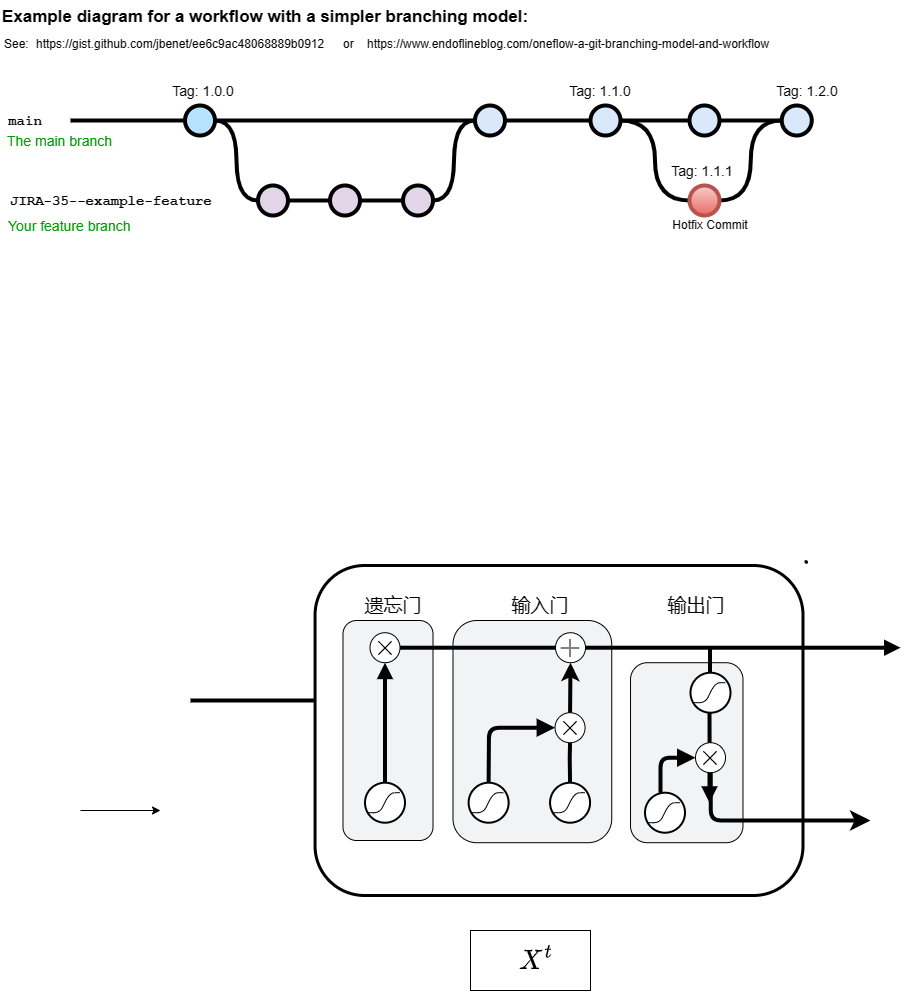
This is js/test.drawio.png from Xiaozhi-sudo/Xiaozhi-sudo.github.io, a draw.io export, as it was before one commit. Source tidied: cells renumbered, new cells last; positions are measured from the earlier drawing's top-left corner, leaving out a move shared by most shapes.
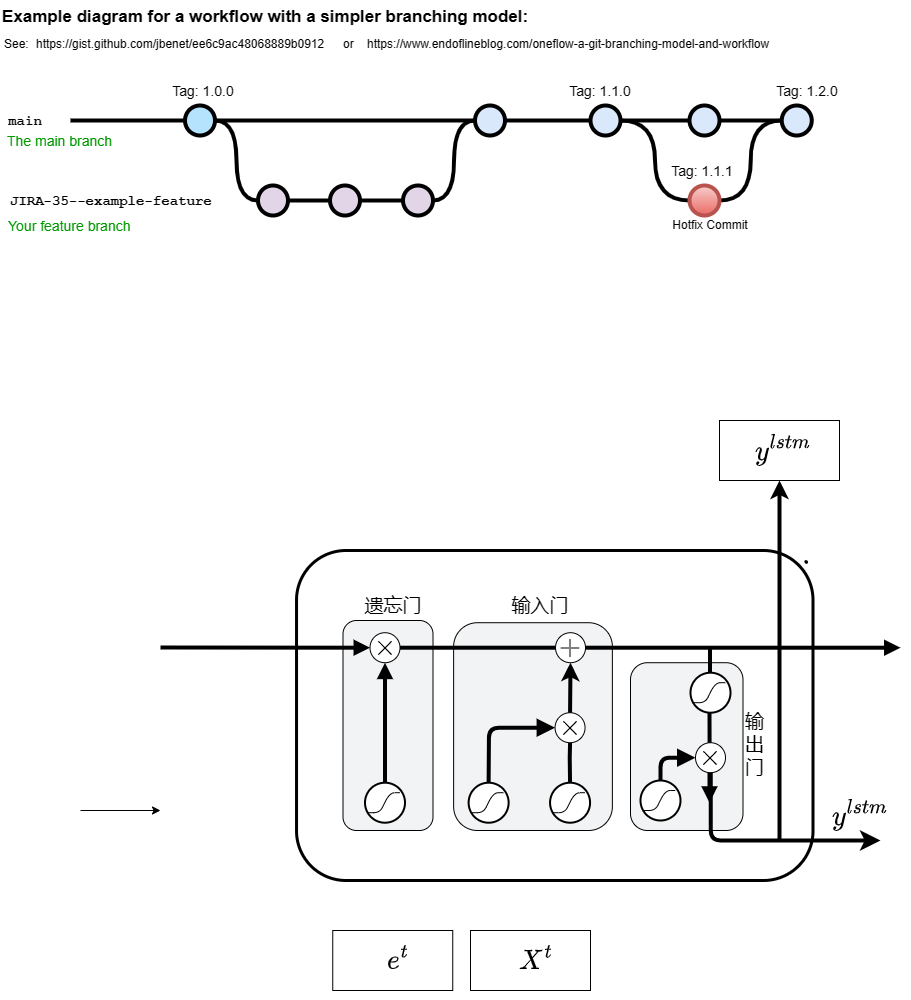
Above is the later version.

Change to the diagram source:
```diff
@@ -112,12 +112,6 @@
         <mxPoint x="160" y="810" as="targetPoint" />
       </mxGeometry>
     </mxCell>
-    <mxCell id="37" style="endArrow=block;html=1;rounded=0;strokeWidth=4;endFill=1;" parent="1" edge="1">
-      <mxGeometry relative="1" as="geometry">
-        <mxPoint x="190" y="700" as="sourcePoint" />
-        <mxPoint x="330" y="700" as="targetPoint" />
-      </mxGeometry>
-    </mxCell>
     <mxCell id="38" style="group;" parent="1" vertex="1">
       <mxGeometry x="470" y="930" width="120" height="60" as="geometry" />
     </mxCell>
@@ -131,13 +125,13 @@
       <mxGeometry x="362.5" y="560" width="537.5" height="335" as="geometry" />
     </mxCell>
     <mxCell id="42" style="rounded=1;whiteSpace=wrap;html=1;strokeWidth=3;" parent="41" vertex="1">
-      <mxGeometry x="-47.9" y="5" width="487.9" height="330" as="geometry" />
+      <mxGeometry x="-66.5" y="-10" width="516.5" height="330" as="geometry" />
     </mxCell>
     <mxCell id="43" style="rounded=1;whiteSpace=wrap;html=1;fillColor=#f1f3f4;" parent="41" vertex="1">
-      <mxGeometry x="-20" y="60" width="90" height="220" as="geometry" />
+      <mxGeometry x="-20" y="60" width="90" height="210" as="geometry" />
     </mxCell>
     <mxCell id="44" style="rounded=1;whiteSpace=wrap;html=1;fillColor=#f1f3f4;" parent="41" vertex="1">
-      <mxGeometry x="90" y="60" width="158.8" height="222.2" as="geometry" />
+      <mxGeometry x="90.6" y="62.2" width="158.8" height="207.8" as="geometry" />
     </mxCell>
     <mxCell id="45" value="&lt;p&gt;&lt;font face=&quot;Lucida Console&quot; style=&quot;font-size: 19px;&quot;&gt;遗忘门&lt;/font&gt;&lt;/p&gt;" style="text;html=1;strokeColor=none;fillColor=none;align=center;verticalAlign=middle;whiteSpace=wrap;rounded=0;" parent="41" vertex="1">
       <mxGeometry y="32.2" width="60" height="30" as="geometry" />
@@ -145,11 +139,14 @@
     <mxCell id="46" value="&lt;p&gt;&lt;font face=&quot;Lucida Console&quot;&gt;&lt;span style=&quot;font-size: 19px;&quot;&gt;输入门&lt;/span&gt;&lt;/font&gt;&lt;/p&gt;" style="text;html=1;strokeColor=none;fillColor=none;align=center;verticalAlign=middle;whiteSpace=wrap;rounded=0;" parent="41" vertex="1">
       <mxGeometry x="147.5" y="32.2" width="60" height="30" as="geometry" />
     </mxCell>
+    <mxCell id="88" style="edgeStyle=orthogonalEdgeStyle;rounded=0;jettySize=auto;html=1;" parent="41" edge="1" source="47" target="80">
+      <mxGeometry relative="1" as="geometry" />
+    </mxCell>
     <mxCell id="47" value="&lt;p&gt;&lt;font face=&quot;Lucida Console&quot; style=&quot;font-size: 19px;&quot;&gt;输出门&lt;/font&gt;&lt;/p&gt;" style="text;html=1;strokeColor=none;fillColor=none;align=center;verticalAlign=middle;whiteSpace=wrap;rounded=0;" parent="41" vertex="1">
-      <mxGeometry x="303.4" y="32.2" width="60" height="30" as="geometry" />
+      <mxGeometry x="380" y="171.1" width="25.5" height="30" as="geometry" />
     </mxCell>
     <mxCell id="48" style="rounded=1;whiteSpace=wrap;html=1;fillColor=#f1f3f4;" parent="41" vertex="1">
-      <mxGeometry x="267.5" y="102.2" width="112.5" height="180" as="geometry" />
+      <mxGeometry x="267.5" y="102.2" width="112.5" height="167.8" as="geometry" />
     </mxCell>
     <mxCell id="49" style="group;" parent="41" vertex="1">
       <mxGeometry x="2" y="222.2" width="40" height="40" as="geometry" />
@@ -193,22 +190,6 @@
         </Array>
       </mxGeometry>
     </mxCell>
-    <mxCell id="57" style="group;" parent="41" vertex="1">
-      <mxGeometry x="282" y="232.2" width="40" height="40" as="geometry" />
-    </mxCell>
-    <mxCell id="58" style="ellipse;whiteSpace=wrap;html=1;direction=south;strokeWidth=2;" parent="57" vertex="1">
-      <mxGeometry width="40" height="40" as="geometry" />
-    </mxCell>
-    <mxCell id="59" style="endArrow=none;html=1;rounded=1;jumpSize=1;" parent="57" edge="1">
-      <mxGeometry relative="1" as="geometry">
-        <mxPoint x="34.8" y="10" as="sourcePoint" />
-        <mxPoint x="2.2" y="30" as="targetPoint" />
-        <Array as="points">
-          <mxPoint x="24.8" y="10" />
-          <mxPoint x="14.8" y="30" />
-        </Array>
-      </mxGeometry>
-    </mxCell>
     <mxCell id="60" style="edgeStyle=elbowEdgeStyle;elbow=horizontal;endArrow=block;html=1;rounded=1;endSize=8;startSize=8;strokeWidth=4;endFill=1;entryX=0;entryY=0.5;entryDx=0;entryDy=0;exitX=0;exitY=0.5;exitDx=0;exitDy=0;" parent="41" edge="1" source="86" target="69">
       <mxGeometry relative="1" as="geometry">
         <Array as="points">
@@ -226,13 +207,13 @@
       <mxGeometry y="1.9" width="40" height="26.2" as="geometry" />
     </mxCell>
     <mxCell id="64" style="group;" parent="41" vertex="1">
-      <mxGeometry x="2" y="72.2" width="40" height="30" as="geometry" />
+      <mxGeometry x="2" y="72.2" width="43" height="30" as="geometry" />
     </mxCell>
     <mxCell id="65" style="ellipse;whiteSpace=wrap;html=1;" parent="64" vertex="1">
       <mxGeometry x="5" width="30" height="30" as="geometry" />
     </mxCell>
     <mxCell id="66" value="&lt;font style=&quot;font-size: 24px;&quot;&gt;$$\times$$&lt;/font&gt;" style="text;html=1;strokeColor=none;fillColor=none;align=center;verticalAlign=middle;whiteSpace=wrap;rounded=0;" parent="64" vertex="1">
-      <mxGeometry y="3.8" width="40" height="22.5" as="geometry" />
+      <mxGeometry y="3.7" width="40" height="22.5" as="geometry" />
     </mxCell>
     <mxCell id="67" style="endArrow=none;html=1;rounded=0;strokeWidth=4;exitX=1;exitY=0.5;exitDx=0;exitDy=0;" parent="41" edge="1" source="65" target="62">
       <mxGeometry relative="1" as="geometry" />
@@ -263,9 +244,8 @@
         <mxPoint x="537.5" y="87.2" as="targetPoint" />
       </mxGeometry>
     </mxCell>
-    <mxCell id="76" style="edgeStyle=elbowEdgeStyle;elbow=horizontal;endArrow=block;html=1;rounded=1;endSize=8;startSize=8;strokeWidth=4;endFill=1;entryX=0;entryY=0.5;entryDx=0;entryDy=0;" parent="41" edge="1" target="73">
+    <mxCell id="76" style="edgeStyle=elbowEdgeStyle;elbow=horizontal;endArrow=block;html=1;rounded=1;endSize=8;startSize=8;strokeWidth=4;endFill=1;entryX=0;entryY=0.5;entryDx=0;entryDy=0;exitX=0;exitY=0.5;exitDx=0;exitDy=0;" parent="41" edge="1" source="58" target="73">
       <mxGeometry relative="1" as="geometry">
-        <mxPoint x="297.5" y="232.2" as="sourcePoint" />
         <Array as="points">
           <mxPoint x="297.5" y="202.2" />
         </Array>
@@ -280,10 +260,10 @@
     <mxCell id="78" style="edgeStyle=segmentEdgeStyle;endArrow=classic;html=1;rounded=1;endSize=8;startSize=8;strokeWidth=4;" parent="41" edge="1">
       <mxGeometry relative="1" as="geometry">
         <mxPoint x="347.8" y="212.2" as="sourcePoint" />
-        <mxPoint x="507.5" y="260" as="targetPoint" />
+        <mxPoint x="517.5" y="280" as="targetPoint" />
         <Array as="points">
-          <mxPoint x="347.8" y="212.2" />
-          <mxPoint x="347.8" y="262.2" />
+          <mxPoint x="348" y="280" />
+          <mxPoint x="508" y="280" />
         </Array>
       </mxGeometry>
     </mxCell>
@@ -331,5 +311,52 @@
         </Array>
       </mxGeometry>
     </mxCell>
+    <mxCell id="57" style="group;" parent="41" vertex="1">
+      <mxGeometry x="277.5" y="220" width="40" height="40" as="geometry" />
+    </mxCell>
+    <mxCell id="58" style="ellipse;whiteSpace=wrap;html=1;direction=south;strokeWidth=2;" parent="57" vertex="1">
+      <mxGeometry width="40" height="40" as="geometry" />
+    </mxCell>
+    <mxCell id="59" style="endArrow=none;html=1;rounded=1;jumpSize=1;" parent="57" edge="1">
+      <mxGeometry relative="1" as="geometry">
+        <mxPoint x="34.8" y="10" as="sourcePoint" />
+        <mxPoint x="2.2" y="30" as="targetPoint" />
+        <Array as="points">
+          <mxPoint x="24.8" y="10" />
+          <mxPoint x="14.8" y="30" />
+        </Array>
+      </mxGeometry>
+    </mxCell>
+    <mxCell id="89" value="$$y^{lstm}$$" style="text;html=1;strokeColor=none;fillColor=none;align=center;verticalAlign=middle;whiteSpace=wrap;rounded=0;fontSize=24;" parent="41" vertex="1">
+      <mxGeometry x="467.5" y="240" width="60" height="30" as="geometry" />
+    </mxCell>
+    <mxCell id="90" style="group;" parent="1" vertex="1">
+      <mxGeometry x="332.2" y="930" width="120" height="60" as="geometry" />
+    </mxCell>
+    <mxCell id="91" style="rounded=0;whiteSpace=wrap;html=1;" parent="90" vertex="1">
+      <mxGeometry width="120" height="60" as="geometry" />
+    </mxCell>
+    <mxCell id="92" value="$$e^t$$" style="text;html=1;strokeColor=none;fillColor=none;align=center;verticalAlign=middle;whiteSpace=wrap;rounded=0;fontSize=24;" parent="90" vertex="1">
+      <mxGeometry x="35.5" y="15" width="60" height="30" as="geometry" />
+    </mxCell>
+    <mxCell id="37" style="endArrow=block;html=1;rounded=0;strokeWidth=4;endFill=1;entryX=0;entryY=0.5;entryDx=0;entryDy=0;" parent="1" edge="1" target="65">
+      <mxGeometry relative="1" as="geometry">
+        <mxPoint x="160" y="647" as="sourcePoint" />
+      </mxGeometry>
+    </mxCell>
+    <mxCell id="93" style="group;" parent="1" vertex="1">
+      <mxGeometry x="719" y="420" width="120" height="60" as="geometry" />
+    </mxCell>
+    <mxCell id="94" style="rounded=0;whiteSpace=wrap;html=1;" parent="93" vertex="1">
+      <mxGeometry width="120" height="60" as="geometry" />
+    </mxCell>
+    <mxCell id="95" value="$$y^{lstm}$$" style="text;html=1;strokeColor=none;fillColor=none;align=center;verticalAlign=middle;whiteSpace=wrap;rounded=0;fontSize=24;" parent="93" vertex="1">
+      <mxGeometry x="34" y="15" width="60" height="30" as="geometry" />
+    </mxCell>
+    <mxCell id="96" style="endArrow=classic;html=1;rounded=0;entryX=0.5;entryY=1;entryDx=0;entryDy=0;strokeWidth=4;" parent="1" edge="1" target="94">
+      <mxGeometry relative="1" as="geometry">
+        <mxPoint x="779" y="840" as="sourcePoint" />
+      </mxGeometry>
+    </mxCell>
   </root>
 </mxGraphModel>
```
